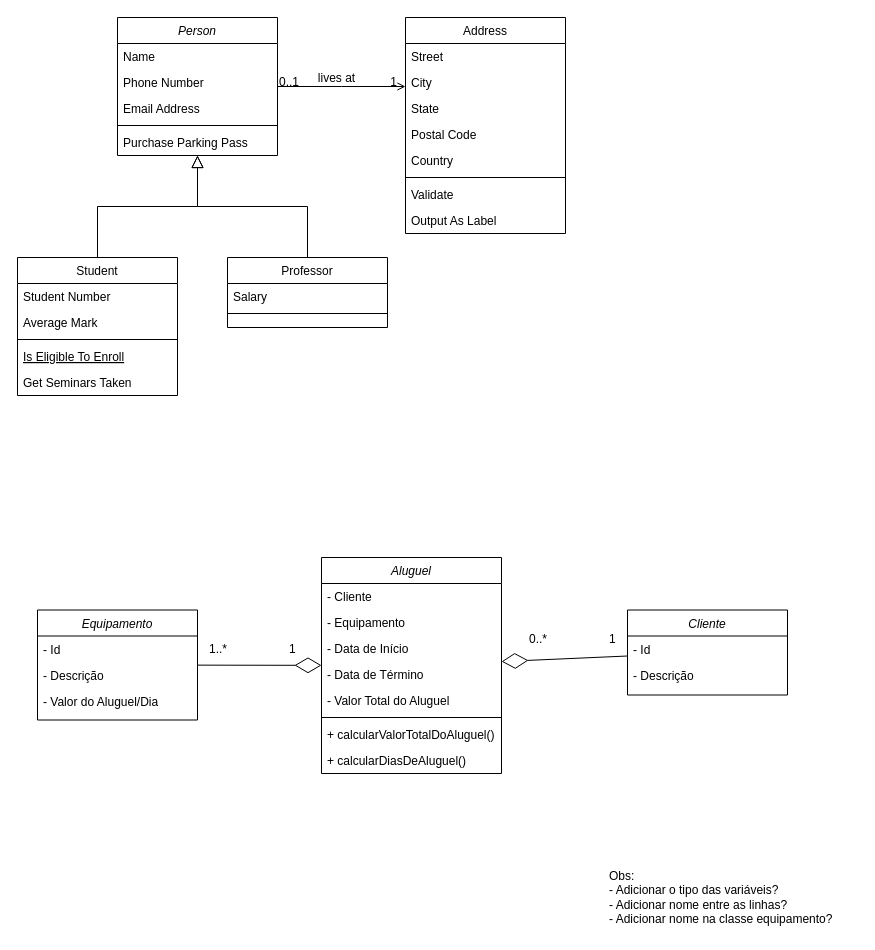
The draw.io diagram lab-prog-modular-projeto-1.drawio in daviferreiradev/diagrama-de-classes, before the edit. Source tidied: cells renumbered, new cells numbered last; positions are measured from the earlier drawing's top-left corner, leaving out a move shared by most shapes. Both pictures are drawn from the tidied source at 100%, with x=0, y=0 at pixel (17, 17).
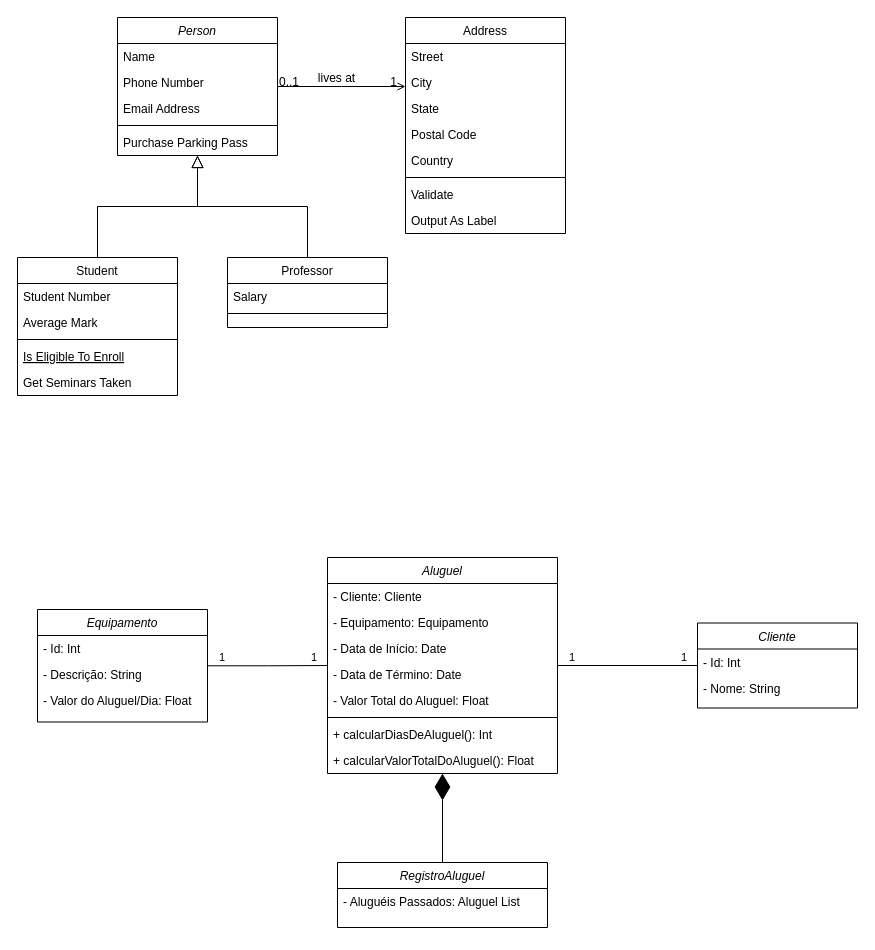
The same diagram, later.

What changed in the source:
```diff
@@
     <mxCell id="32" value="Equipamento" style="swimlane;fontStyle=2;align=center;verticalAlign=top;horizontal=1;startSize=26;rounded=0;shadow=0;strokeWidth=1;" parent="1" vertex="1">
-      <mxGeometry x="20" y="592.5" width="160" height="110" as="geometry" />
+      <mxGeometry x="20" y="592" width="170" height="112.5" as="geometry" />
     </mxCell>
-    <mxCell id="33" value="- Id" style="text;align=left;verticalAlign=top;spacingLeft=4;spacingRight=4;overflow=hidden;" parent="32" vertex="1">
-      <mxGeometry y="26" width="160" height="26" as="geometry" />
+    <mxCell id="33" value="- Id: Int" style="text;align=left;verticalAlign=top;spacingLeft=4;spacingRight=4;overflow=hidden;" parent="32" vertex="1">
+      <mxGeometry y="26" width="170" height="26" as="geometry" />
     </mxCell>
-    <mxCell id="34" value="- Descrição" style="text;align=left;verticalAlign=top;spacingLeft=4;spacingRight=4;overflow=hidden;rounded=0;shadow=0;html=0;" parent="32" vertex="1">
-      <mxGeometry y="52" width="160" height="26" as="geometry" />
+    <mxCell id="34" value="- Descrição: String" style="text;align=left;verticalAlign=top;spacingLeft=4;spacingRight=4;overflow=hidden;rounded=0;shadow=0;html=0;" parent="32" vertex="1">
+      <mxGeometry y="52" width="170" height="26" as="geometry" />
     </mxCell>
-    <mxCell id="35" value="- Valor do Aluguel/Dia" style="text;align=left;verticalAlign=top;spacingLeft=4;spacingRight=4;overflow=hidden;rounded=0;shadow=0;html=0;" parent="32" vertex="1">
-      <mxGeometry y="78" width="160" height="26" as="geometry" />
+    <mxCell id="35" value="- Valor do Aluguel/Dia: Float" style="text;align=left;verticalAlign=top;spacingLeft=4;spacingRight=4;overflow=hidden;rounded=0;shadow=0;html=0;" parent="32" vertex="1">
+      <mxGeometry y="78" width="170" height="26" as="geometry" />
     </mxCell>
     <mxCell id="36" value="Cliente" style="swimlane;fontStyle=2;align=center;verticalAlign=top;horizontal=1;startSize=26;rounded=0;shadow=0;strokeWidth=1;" parent="1" vertex="1">
-      <mxGeometry x="610" y="592.5" width="160" height="85" as="geometry" />
+      <mxGeometry x="680" y="605.5" width="160" height="85" as="geometry" />
     </mxCell>
-    <mxCell id="37" value="- Id" style="text;align=left;verticalAlign=top;spacingLeft=4;spacingRight=4;overflow=hidden;" parent="36" vertex="1">
+    <mxCell id="37" value="- Id: Int" style="text;align=left;verticalAlign=top;spacingLeft=4;spacingRight=4;overflow=hidden;" parent="36" vertex="1">
       <mxGeometry y="26" width="160" height="26" as="geometry" />
     </mxCell>
-    <mxCell id="38" value="- Descrição" style="text;align=left;verticalAlign=top;spacingLeft=4;spacingRight=4;overflow=hidden;rounded=0;shadow=0;html=0;" parent="36" vertex="1">
+    <mxCell id="38" value="- Nome: String" style="text;align=left;verticalAlign=top;spacingLeft=4;spacingRight=4;overflow=hidden;rounded=0;shadow=0;html=0;" parent="36" vertex="1">
       <mxGeometry y="52" width="160" height="26" as="geometry" />
     </mxCell>
     <mxCell id="39" value="Aluguel" style="swimlane;fontStyle=2;align=center;verticalAlign=top;horizontal=1;startSize=26;rounded=0;shadow=0;strokeWidth=1;" parent="1" vertex="1">
-      <mxGeometry x="304" y="540" width="180" height="216" as="geometry" />
+      <mxGeometry x="310" y="540" width="230" height="216" as="geometry" />
     </mxCell>
-    <mxCell id="40" value="- Cliente" style="text;align=left;verticalAlign=top;spacingLeft=4;spacingRight=4;overflow=hidden;" parent="39" vertex="1">
-      <mxGeometry y="26" width="180" height="26" as="geometry" />
+    <mxCell id="40" value="- Cliente: Cliente" style="text;align=left;verticalAlign=top;spacingLeft=4;spacingRight=4;overflow=hidden;" parent="39" vertex="1">
+      <mxGeometry y="26" width="230" height="26" as="geometry" />
     </mxCell>
-    <mxCell id="41" value="- Equipamento" style="text;align=left;verticalAlign=top;spacingLeft=4;spacingRight=4;overflow=hidden;" parent="39" vertex="1">
-      <mxGeometry y="52" width="180" height="26" as="geometry" />
+    <mxCell id="41" value="- Equipamento: Equipamento" style="text;align=left;verticalAlign=top;spacingLeft=4;spacingRight=4;overflow=hidden;" parent="39" vertex="1">
+      <mxGeometry y="52" width="230" height="26" as="geometry" />
     </mxCell>
-    <mxCell id="42" value="- Data de Início" style="text;align=left;verticalAlign=top;spacingLeft=4;spacingRight=4;overflow=hidden;rounded=0;shadow=0;html=0;" parent="39" vertex="1">
-      <mxGeometry y="78" width="180" height="26" as="geometry" />
+    <mxCell id="42" value="- Data de Início: Date" style="text;align=left;verticalAlign=top;spacingLeft=4;spacingRight=4;overflow=hidden;rounded=0;shadow=0;html=0;" parent="39" vertex="1">
+      <mxGeometry y="78" width="230" height="26" as="geometry" />
     </mxCell>
-    <mxCell id="43" value="- Data de Término" style="text;align=left;verticalAlign=top;spacingLeft=4;spacingRight=4;overflow=hidden;" parent="39" vertex="1">
-      <mxGeometry y="104" width="180" height="26" as="geometry" />
+    <mxCell id="43" value="- Data de Término: Date" style="text;align=left;verticalAlign=top;spacingLeft=4;spacingRight=4;overflow=hidden;" parent="39" vertex="1">
+      <mxGeometry y="104" width="230" height="26" as="geometry" />
     </mxCell>
-    <mxCell id="44" value="- Valor Total do Aluguel" style="text;align=left;verticalAlign=top;spacingLeft=4;spacingRight=4;overflow=hidden;rounded=0;shadow=0;html=0;" parent="39" vertex="1">
-      <mxGeometry y="130" width="180" height="26" as="geometry" />
+    <mxCell id="44" value="- Valor Total do Aluguel: Float" style="text;align=left;verticalAlign=top;spacingLeft=4;spacingRight=4;overflow=hidden;rounded=0;shadow=0;html=0;" parent="39" vertex="1">
+      <mxGeometry y="130" width="230" height="26" as="geometry" />
     </mxCell>
     <mxCell id="45" style="line;html=1;strokeWidth=1;align=left;verticalAlign=middle;spacingTop=-1;spacingLeft=3;spacingRight=3;labelPosition=right;" parent="39" vertex="1">
-      <mxGeometry y="156" width="180" height="8" as="geometry" />
+      <mxGeometry y="156" width="230" height="8" as="geometry" />
     </mxCell>
+    <mxCell id="47" value="+ calcularDiasDeAluguel(): Int" style="text;align=left;verticalAlign=top;spacingLeft=4;spacingRight=4;overflow=hidden;rounded=0;shadow=0;html=0;" parent="39" vertex="1">
+      <mxGeometry y="164" width="230" height="26" as="geometry" />
+    </mxCell>
-    <mxCell id="46" value="+ calcularValorTotalDoAluguel()" style="text;align=left;verticalAlign=top;spacingLeft=4;spacingRight=4;overflow=hidden;rounded=0;shadow=0;html=0;" parent="39" vertex="1">
-      <mxGeometry y="164" width="180" height="26" as="geometry" />
+    <mxCell id="46" value="+ calcularValorTotalDoAluguel(): Float" style="text;align=left;verticalAlign=top;spacingLeft=4;spacingRight=4;overflow=hidden;rounded=0;shadow=0;html=0;" parent="39" vertex="1">
+      <mxGeometry y="190" width="230" height="26" as="geometry" />
     </mxCell>
-    <mxCell id="47" value="+ calcularDiasDeAluguel()" style="text;align=left;verticalAlign=top;spacingLeft=4;spacingRight=4;overflow=hidden;rounded=0;shadow=0;html=0;" parent="39" vertex="1">
-      <mxGeometry y="190" width="180" height="26" as="geometry" />
-    </mxCell>
-    <mxCell id="48" value="0..*" style="align=left;verticalAlign=bottom;labelBackgroundColor=none;fontSize=12;" parent="1" vertex="1">
-      <mxGeometry x="510" y="630" as="geometry" />
-    </mxCell>
-    <mxCell id="49" style="endArrow=diamondThin;endFill=0;endSize=24;html=1;rounded=0;labelPosition=left;verticalLabelPosition=top;align=right;verticalAlign=bottom;" parent="1" edge="1" source="36" target="39">
-      <mxGeometry relative="1" as="geometry" />
-    </mxCell>
-    <mxCell id="50" value="1" style="align=left;verticalAlign=bottom;labelBackgroundColor=none;fontSize=12;direction=west;" parent="1" vertex="1">
-      <mxGeometry x="590" y="630" as="geometry" />
-    </mxCell>
+    <mxCell id="55" style="endArrow=none;html=1;edgeStyle=orthogonalEdgeStyle;rounded=0;" parent="1" edge="1" source="39" target="36">
+      <mxGeometry relative="1" as="geometry" />
+    </mxCell>
+    <mxCell id="56" value="1" style="edgeLabel;html=1;align=left;verticalAlign=bottom;" parent="55" vertex="1">
+      <mxGeometry x="-1" relative="1" as="geometry">
+        <mxPoint x="10" as="offset" />
+      </mxGeometry>
+    </mxCell>
+    <mxCell id="57" value="1" style="edgeLabel;html=1;align=right;verticalAlign=bottom;" parent="55" vertex="1">
+      <mxGeometry x="1" relative="1" as="geometry">
+        <mxPoint x="-10" as="offset" />
+      </mxGeometry>
+    </mxCell>
+    <mxCell id="58" value="RegistroAluguel" style="swimlane;fontStyle=2;align=center;verticalAlign=top;horizontal=1;startSize=26;rounded=0;shadow=0;strokeWidth=1;" parent="1" vertex="1">
+      <mxGeometry x="320" y="845" width="210" height="65" as="geometry" />
+    </mxCell>
+    <mxCell id="59" value="- Aluguéis Passados: Aluguel List" style="text;align=left;verticalAlign=top;spacingLeft=4;spacingRight=4;overflow=hidden;" parent="58" vertex="1">
+      <mxGeometry y="26" width="210" height="26" as="geometry" />
+    </mxCell>
-    <mxCell id="51" style="endArrow=diamondThin;endFill=0;endSize=24;html=1;rounded=0;horizontal=1;" parent="1" edge="1" source="32" target="39">
+    <mxCell id="51" style="endArrow=none;html=1;edgeStyle=orthogonalEdgeStyle;rounded=0;" parent="1" edge="1" source="32" target="39">
       <mxGeometry relative="1" as="geometry" />
     </mxCell>
-    <mxCell id="52" value="1..*" style="align=left;verticalAlign=bottom;labelBackgroundColor=none;fontSize=12;direction=south;" parent="1" vertex="1">
-      <mxGeometry x="190" y="640" as="geometry" />
-    </mxCell>
-    <mxCell id="53" value="1" style="align=left;verticalAlign=bottom;labelBackgroundColor=none;fontSize=12;" parent="1" vertex="1">
-      <mxGeometry x="270" y="640" as="geometry" />
-    </mxCell>
-    <mxCell id="54" value="Obs:&lt;br&gt;&lt;div style=&quot;&quot;&gt;&lt;span style=&quot;background-color: initial;&quot;&gt;- Adicionar o tipo das variáveis?&lt;/span&gt;&lt;/div&gt;&lt;div style=&quot;&quot;&gt;&lt;span style=&quot;background-color: initial;&quot;&gt;- Adicionar nome entre as linhas?&lt;/span&gt;&lt;/div&gt;&lt;div style=&quot;&quot;&gt;&lt;span style=&quot;background-color: initial;&quot;&gt;- Adicionar nome na classe equipamento?&lt;/span&gt;&lt;/div&gt;" style="text;html=1;align=left;verticalAlign=middle;strokeColor=none;fillColor=none;" parent="1" vertex="1">
-      <mxGeometry x="590" y="845" width="250" height="70" as="geometry" />
-    </mxCell>
+    <mxCell id="60" value="1" style="edgeLabel;html=1;align=left;verticalAlign=bottom;" parent="51" vertex="1">
+      <mxGeometry x="-1" relative="1" as="geometry">
+        <mxPoint x="10" as="offset" />
+      </mxGeometry>
+    </mxCell>
+    <mxCell id="61" value="1" style="edgeLabel;html=1;align=right;verticalAlign=bottom;" parent="51" vertex="1">
+      <mxGeometry x="1" relative="1" as="geometry">
+        <mxPoint x="-10" as="offset" />
+      </mxGeometry>
+    </mxCell>
+    <mxCell id="62" style="endArrow=diamondThin;endFill=1;endSize=24;html=1;rounded=0;" parent="1" edge="1" source="58" target="39">
+      <mxGeometry relative="1" as="geometry" />
+    </mxCell>
```
